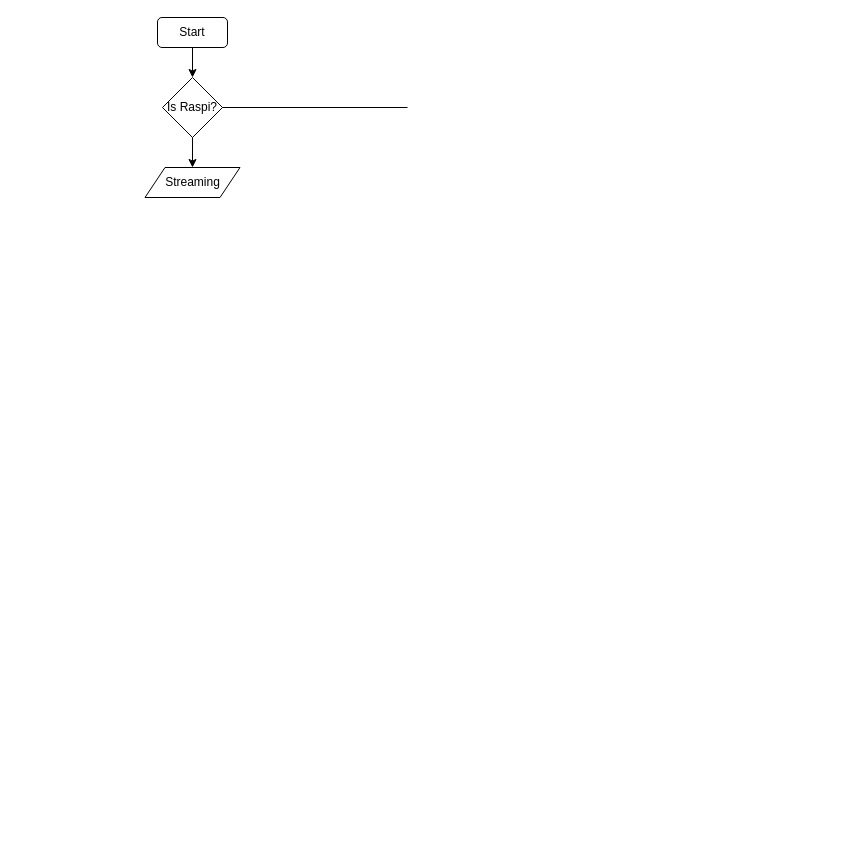
Before: Untitled Diagram.drawio in m-arson/lala, a draw.io diagram. Source tidied: cells renumbered, new cells numbered last; positions are measured from the earlier drawing's top-left corner, leaving out a move shared by most shapes. Both pictures are drawn from the tidied source at 100%, with x=0, y=0 at pixel (145, 17).
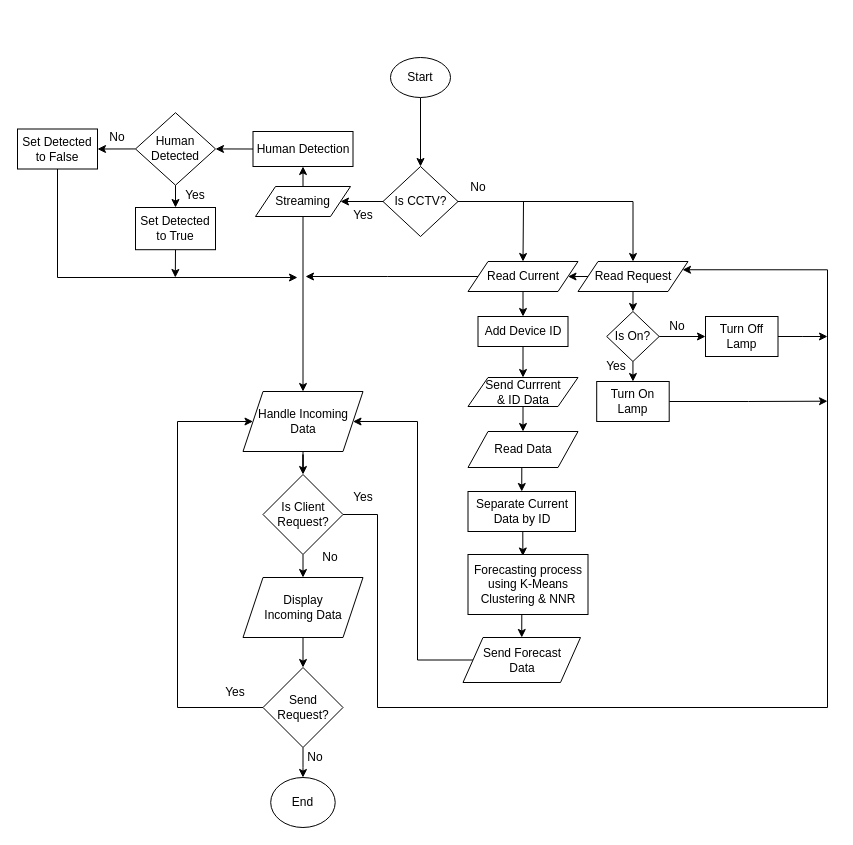
Above is the later version.

Diff of the diagram source:
```diff
@@
-    <mxCell id="2" value="Start" style="rounded=1;whiteSpace=wrap;html=1;" parent="1" vertex="1">
-      <mxGeometry x="12" width="70" height="30" as="geometry" />
-    </mxCell>
+    <mxCell id="8" style="edgeStyle=orthogonalEdgeStyle;rounded=0;jettySize=auto;html=1;exitX=1;exitY=0.5;exitDx=0;exitDy=0;entryX=0.5;entryY=0;entryDx=0;entryDy=0;" parent="1" edge="1" source="3" target="11">
+      <mxGeometry relative="1" as="geometry" />
+    </mxCell>
-    <mxCell id="3" value="Is Raspi?" style="rhombus;whiteSpace=wrap;html=1;" parent="1" vertex="1">
-      <mxGeometry x="17" y="60" width="60" height="60" as="geometry" />
+    <mxCell id="3" value="Is CCTV?" style="rhombus;whiteSpace=wrap;html=1;" parent="1" vertex="1">
+      <mxGeometry x="237.5" y="149" width="75" height="70" as="geometry" />
     </mxCell>
@@
+    <mxCell id="9" style="edgeStyle=orthogonalEdgeStyle;rounded=0;jettySize=auto;html=1;exitX=0.5;exitY=1;exitDx=0;exitDy=0;entryX=0.5;entryY=0;entryDx=0;entryDy=0;" parent="1" edge="1" source="5" target="31">
+      <mxGeometry relative="1" as="geometry" />
+    </mxCell>
     <mxCell id="5" value="Streaming" style="shape=parallelogram;perimeter=parallelogramPerimeter;whiteSpace=wrap;html=1;fixedSize=1;" parent="1" vertex="1">
-      <mxGeometry x="-0.5" y="150" width="95" height="30" as="geometry" />
+      <mxGeometry x="110" y="169" width="95" height="30" as="geometry" />
     </mxCell>
+    <mxCell id="10" style="edgeStyle=orthogonalEdgeStyle;rounded=0;jettySize=auto;html=1;exitX=0;exitY=0.5;exitDx=0;exitDy=0;entryX=1;entryY=0.5;entryDx=0;entryDy=0;" parent="1" edge="1" source="11" target="14">
+      <mxGeometry relative="1" as="geometry" />
+    </mxCell>
+    <mxCell id="11" value="Read Request" style="shape=parallelogram;perimeter=parallelogramPerimeter;whiteSpace=wrap;html=1;fixedSize=1;" parent="1" vertex="1">
+      <mxGeometry x="432.5" y="244" width="110" height="30" as="geometry" />
+    </mxCell>
+    <mxCell id="12" style="edgeStyle=orthogonalEdgeStyle;rounded=0;jettySize=auto;html=1;exitX=0.5;exitY=1;exitDx=0;exitDy=0;entryX=0.5;entryY=0;entryDx=0;entryDy=0;" parent="1" edge="1" source="14" target="35">
+      <mxGeometry relative="1" as="geometry" />
+    </mxCell>
+    <mxCell id="13" style="edgeStyle=orthogonalEdgeStyle;rounded=0;jettySize=auto;html=1;exitX=0;exitY=0.5;exitDx=0;exitDy=0;" parent="1" edge="1" source="14">
+      <mxGeometry relative="1" as="geometry">
+        <mxPoint x="160" y="259" as="targetPoint" />
+      </mxGeometry>
+    </mxCell>
+    <mxCell id="14" value="Read Current" style="shape=parallelogram;perimeter=parallelogramPerimeter;whiteSpace=wrap;html=1;fixedSize=1;" parent="1" vertex="1">
+      <mxGeometry x="322.5" y="244" width="110" height="30" as="geometry" />
+    </mxCell>
+    <mxCell id="15" style="endArrow=classic;html=1;entryX=0.5;entryY=0;entryDx=0;entryDy=0;" parent="1" edge="1" target="14">
+      <mxGeometry relative="1" as="geometry">
+        <mxPoint x="378" y="184" as="sourcePoint" />
+      </mxGeometry>
+    </mxCell>
+    <mxCell id="16" value="Is On?" style="rhombus;whiteSpace=wrap;html=1;" parent="1" vertex="1">
+      <mxGeometry x="461.2" y="294" width="52.5" height="50" as="geometry" />
+    </mxCell>
+    <mxCell id="17" style="edgeStyle=orthogonalEdgeStyle;rounded=0;jettySize=auto;html=1;exitX=1;exitY=0.5;exitDx=0;exitDy=0;" parent="1" edge="1" source="18">
+      <mxGeometry relative="1" as="geometry">
+        <mxPoint x="682" y="383.7" as="targetPoint" />
+      </mxGeometry>
+    </mxCell>
+    <mxCell id="18" value="Turn On&lt;br&gt;Lamp" style="rounded=0;whiteSpace=wrap;html=1;" parent="1" vertex="1">
+      <mxGeometry x="451.2" y="364" width="72.5" height="40" as="geometry" />
+    </mxCell>
+    <mxCell id="19" style="edgeStyle=orthogonalEdgeStyle;rounded=0;jettySize=auto;html=1;exitX=1;exitY=0.5;exitDx=0;exitDy=0;" parent="1" edge="1" source="20">
+      <mxGeometry relative="1" as="geometry">
+        <mxPoint x="682" y="319" as="targetPoint" />
+      </mxGeometry>
+    </mxCell>
+    <mxCell id="20" value="Turn Off&lt;br&gt;Lamp" style="rounded=0;whiteSpace=wrap;html=1;" parent="1" vertex="1">
+      <mxGeometry x="560" y="299" width="72.5" height="40" as="geometry" />
+    </mxCell>
+    <mxCell id="2" value="Start" style="ellipse;whiteSpace=wrap;html=1;" parent="1" vertex="1">
+      <mxGeometry x="245" y="40" width="60" height="40" as="geometry" />
+    </mxCell>
+    <mxCell id="21" style="endArrow=classic;html=1;entryX=0.5;entryY=0;entryDx=0;entryDy=0;exitX=0.5;exitY=1;exitDx=0;exitDy=0;" parent="1" edge="1" source="16" target="18">
+      <mxGeometry relative="1" as="geometry" />
+    </mxCell>
+    <mxCell id="22" style="endArrow=classic;html=1;entryX=0;entryY=0.5;entryDx=0;entryDy=0;exitX=1;exitY=0.5;exitDx=0;exitDy=0;" parent="1" edge="1" source="16" target="20">
+      <mxGeometry relative="1" as="geometry" />
+    </mxCell>
+    <mxCell id="23" style="endArrow=classic;html=1;exitX=0.5;exitY=1;exitDx=0;exitDy=0;entryX=0.5;entryY=0;entryDx=0;entryDy=0;" parent="1" edge="1" source="11" target="16">
+      <mxGeometry relative="1" as="geometry" />
+    </mxCell>
+    <mxCell id="24" value="Human Detection" style="rounded=0;whiteSpace=wrap;html=1;" parent="1" vertex="1">
+      <mxGeometry x="107.5" y="114" width="100" height="35" as="geometry" />
+    </mxCell>
+    <mxCell id="25" style="edgeStyle=orthogonalEdgeStyle;rounded=0;jettySize=auto;html=1;exitX=0;exitY=0.5;exitDx=0;exitDy=0;entryX=1;entryY=0.5;entryDx=0;entryDy=0;" parent="1" edge="1" source="27" target="45">
+      <mxGeometry relative="1" as="geometry" />
+    </mxCell>
+    <mxCell id="26" style="edgeStyle=orthogonalEdgeStyle;rounded=0;jettySize=auto;html=1;" parent="1" edge="1" source="27" target="47">
+      <mxGeometry relative="1" as="geometry" />
+    </mxCell>
+    <mxCell id="27" value="Human&lt;br&gt;Detected" style="rhombus;whiteSpace=wrap;html=1;" parent="1" vertex="1">
+      <mxGeometry x="-10" y="95.2" width="80" height="72.5" as="geometry" />
+    </mxCell>
-    <mxCell id="6" style="endArrow=classic;html=1;exitX=0.5;exitY=1;exitDx=0;exitDy=0;entryX=0.5;entryY=0;entryDx=0;entryDy=0;" parent="1" edge="1" source="3" target="5">
+    <mxCell id="6" style="endArrow=classic;html=1;exitX=0;exitY=0.5;exitDx=0;exitDy=0;entryX=1;entryY=0.5;entryDx=0;entryDy=0;" parent="1" edge="1" source="3" target="5">
       <mxGeometry relative="1" as="geometry" />
     </mxCell>
-    <mxCell id="7" style="endArrow=none;html=1;entryX=1;entryY=0.5;entryDx=0;entryDy=0;" parent="1" edge="1" target="3">
-      <mxGeometry relative="1" as="geometry">
-        <mxPoint x="262" y="90" as="sourcePoint" />
-      </mxGeometry>
-    </mxCell>
+    <mxCell id="28" style="endArrow=classic;html=1;exitX=0.5;exitY=0;exitDx=0;exitDy=0;entryX=0.5;entryY=1;entryDx=0;entryDy=0;" parent="1" edge="1" source="5" target="24">
+      <mxGeometry relative="1" as="geometry" />
+    </mxCell>
+    <mxCell id="29" style="endArrow=classic;html=1;exitX=0;exitY=0.5;exitDx=0;exitDy=0;entryX=1;entryY=0.5;entryDx=0;entryDy=0;" parent="1" edge="1" source="24" target="27">
+      <mxGeometry relative="1" as="geometry" />
+    </mxCell>
+    <mxCell id="30" style="edgeStyle=orthogonalEdgeStyle;rounded=0;jettySize=auto;html=1;exitX=0.5;exitY=1;exitDx=0;exitDy=0;" parent="1" edge="1" source="31" target="50">
+      <mxGeometry relative="1" as="geometry" />
+    </mxCell>
+    <mxCell id="31" value="Handle Incoming Data" style="shape=parallelogram;perimeter=parallelogramPerimeter;whiteSpace=wrap;html=1;fixedSize=1;" parent="1" vertex="1">
+      <mxGeometry x="97.5" y="374" width="120" height="60" as="geometry" />
+    </mxCell>
+    <mxCell id="32" style="edgeStyle=orthogonalEdgeStyle;rounded=0;jettySize=auto;html=1;exitX=0.5;exitY=1;exitDx=0;exitDy=0;entryX=0.5;entryY=0;entryDx=0;entryDy=0;" parent="1" edge="1" source="33" target="37">
+      <mxGeometry relative="1" as="geometry" />
+    </mxCell>
+    <mxCell id="33" value="Send Currrent&lt;br&gt;&amp;amp; ID Data" style="shape=parallelogram;perimeter=parallelogramPerimeter;whiteSpace=wrap;html=1;fixedSize=1;" parent="1" vertex="1">
+      <mxGeometry x="322.5" y="360" width="110" height="29" as="geometry" />
+    </mxCell>
+    <mxCell id="34" style="edgeStyle=orthogonalEdgeStyle;rounded=0;jettySize=auto;html=1;exitX=0.5;exitY=1;exitDx=0;exitDy=0;entryX=0.5;entryY=0;entryDx=0;entryDy=0;" parent="1" edge="1" source="35" target="33">
+      <mxGeometry relative="1" as="geometry" />
+    </mxCell>
+    <mxCell id="35" value="Add Device ID" style="rounded=0;whiteSpace=wrap;html=1;" parent="1" vertex="1">
+      <mxGeometry x="332.5" y="299" width="90" height="30" as="geometry" />
+    </mxCell>
+    <mxCell id="36" style="edgeStyle=orthogonalEdgeStyle;rounded=0;jettySize=auto;html=1;exitX=0.5;exitY=1;exitDx=0;exitDy=0;entryX=0.5;entryY=0;entryDx=0;entryDy=0;" parent="1" edge="1" source="37" target="39">
+      <mxGeometry relative="1" as="geometry" />
+    </mxCell>
+    <mxCell id="37" value="Read Data" style="shape=parallelogram;perimeter=parallelogramPerimeter;whiteSpace=wrap;html=1;fixedSize=1;" parent="1" vertex="1">
+      <mxGeometry x="322.5" y="414" width="110" height="36" as="geometry" />
+    </mxCell>
+    <mxCell id="38" style="edgeStyle=orthogonalEdgeStyle;rounded=0;jettySize=auto;html=1;exitX=0.5;exitY=1;exitDx=0;exitDy=0;entryX=0.457;entryY=0.025;entryDx=0;entryDy=0;entryPerimeter=0;" parent="1" edge="1" source="39" target="41">
+      <mxGeometry relative="1" as="geometry" />
+    </mxCell>
+    <mxCell id="39" value="Separate Current Data by ID" style="rounded=0;whiteSpace=wrap;html=1;" parent="1" vertex="1">
+      <mxGeometry x="322.5" y="474" width="107.5" height="40" as="geometry" />
+    </mxCell>
+    <mxCell id="40" style="edgeStyle=orthogonalEdgeStyle;rounded=0;jettySize=auto;html=1;exitX=0.5;exitY=1;exitDx=0;exitDy=0;entryX=0.5;entryY=0;entryDx=0;entryDy=0;" parent="1" edge="1" source="41" target="43">
+      <mxGeometry relative="1" as="geometry" />
+    </mxCell>
+    <mxCell id="41" value="Forecasting process using K-Means Clustering &amp;amp; NNR" style="rounded=0;whiteSpace=wrap;html=1;" parent="1" vertex="1">
+      <mxGeometry x="322.5" y="537" width="120" height="60" as="geometry" />
+    </mxCell>
+    <mxCell id="42" style="edgeStyle=orthogonalEdgeStyle;rounded=0;jettySize=auto;html=1;exitX=0;exitY=0.5;exitDx=0;exitDy=0;entryX=1;entryY=0.5;entryDx=0;entryDy=0;" parent="1" edge="1" source="43" target="31">
+      <mxGeometry relative="1" as="geometry">
+        <Array as="points">
+          <mxPoint x="272" y="643" />
+          <mxPoint x="272" y="404" />
+        </Array>
+      </mxGeometry>
+    </mxCell>
+    <mxCell id="43" value="Send Forecast&lt;br&gt;Data" style="shape=parallelogram;perimeter=parallelogramPerimeter;whiteSpace=wrap;html=1;fixedSize=1;" parent="1" vertex="1">
+      <mxGeometry x="317.5" y="620" width="117.5" height="45" as="geometry" />
+    </mxCell>
+    <mxCell id="44" style="edgeStyle=orthogonalEdgeStyle;rounded=0;jettySize=auto;html=1;exitX=0.5;exitY=1;exitDx=0;exitDy=0;" parent="1" edge="1" source="45">
+      <mxGeometry relative="1" as="geometry">
+        <mxPoint x="152" y="260" as="targetPoint" />
+        <Array as="points">
+          <mxPoint x="-88" y="260" />
+        </Array>
+      </mxGeometry>
+    </mxCell>
+    <mxCell id="45" value="Set Detected&lt;br&gt;to False" style="rounded=0;whiteSpace=wrap;html=1;" parent="1" vertex="1">
+      <mxGeometry x="-128" y="111.5" width="80" height="40" as="geometry" />
+    </mxCell>
+    <mxCell id="46" style="edgeStyle=orthogonalEdgeStyle;rounded=0;jettySize=auto;html=1;exitX=0.5;exitY=1;exitDx=0;exitDy=0;" parent="1" edge="1" source="47">
+      <mxGeometry relative="1" as="geometry">
+        <mxPoint x="29.8" y="260" as="targetPoint" />
+      </mxGeometry>
+    </mxCell>
+    <mxCell id="47" value="Set Detected&lt;br&gt;to True" style="rounded=0;whiteSpace=wrap;html=1;" parent="1" vertex="1">
+      <mxGeometry x="-10" y="190" width="80" height="42.2" as="geometry" />
+    </mxCell>
+    <mxCell id="48" style="edgeStyle=orthogonalEdgeStyle;rounded=0;jettySize=auto;html=1;exitX=0.5;exitY=1;exitDx=0;exitDy=0;entryX=0.5;entryY=0;entryDx=0;entryDy=0;" parent="1" edge="1" source="50" target="52">
+      <mxGeometry relative="1" as="geometry" />
+    </mxCell>
+    <mxCell id="49" style="edgeStyle=orthogonalEdgeStyle;rounded=0;jettySize=auto;html=1;exitX=1;exitY=0.5;exitDx=0;exitDy=0;entryX=1;entryY=0.25;entryDx=0;entryDy=0;" parent="1" edge="1" source="50" target="11">
+      <mxGeometry relative="1" as="geometry">
+        <Array as="points">
+          <mxPoint x="232" y="497" />
+          <mxPoint x="232" y="690" />
+          <mxPoint x="682" y="690" />
+          <mxPoint x="682" y="252" />
+        </Array>
+      </mxGeometry>
+    </mxCell>
+    <mxCell id="50" value="Is Client Request?" style="rhombus;whiteSpace=wrap;html=1;" parent="1" vertex="1">
+      <mxGeometry x="117.5" y="457" width="80" height="80" as="geometry" />
+    </mxCell>
+    <mxCell id="51" style="edgeStyle=orthogonalEdgeStyle;rounded=0;jettySize=auto;html=1;exitX=0.5;exitY=1;exitDx=0;exitDy=0;entryX=0.5;entryY=0;entryDx=0;entryDy=0;" parent="1" edge="1" source="52" target="55">
+      <mxGeometry relative="1" as="geometry" />
+    </mxCell>
+    <mxCell id="52" value="Display &lt;br&gt;Incoming Data" style="shape=parallelogram;perimeter=parallelogramPerimeter;whiteSpace=wrap;html=1;fixedSize=1;" parent="1" vertex="1">
+      <mxGeometry x="97.5" y="560" width="120" height="60" as="geometry" />
+    </mxCell>
+    <mxCell id="53" style="edgeStyle=orthogonalEdgeStyle;rounded=0;jettySize=auto;html=1;exitX=0.5;exitY=1;exitDx=0;exitDy=0;" parent="1" edge="1" source="55" target="56">
+      <mxGeometry relative="1" as="geometry" />
+    </mxCell>
+    <mxCell id="54" style="edgeStyle=orthogonalEdgeStyle;rounded=0;jettySize=auto;html=1;exitX=0;exitY=0.5;exitDx=0;exitDy=0;entryX=0;entryY=0.5;entryDx=0;entryDy=0;" parent="1" edge="1" source="55" target="31">
+      <mxGeometry relative="1" as="geometry">
+        <Array as="points">
+          <mxPoint x="32" y="690" />
+          <mxPoint x="32" y="404" />
+        </Array>
+      </mxGeometry>
+    </mxCell>
+    <mxCell id="55" value="Send Request?" style="rhombus;whiteSpace=wrap;html=1;" parent="1" vertex="1">
+      <mxGeometry x="117.5" y="650" width="80" height="80" as="geometry" />
+    </mxCell>
+    <mxCell id="56" value="End" style="ellipse;whiteSpace=wrap;html=1;" parent="1" vertex="1">
+      <mxGeometry x="125.2" y="760" width="64.5" height="50" as="geometry" />
+    </mxCell>
+    <mxCell id="57" value="No" style="text;html=1;strokeColor=none;fillColor=none;align=center;verticalAlign=middle;whiteSpace=wrap;rounded=0;" parent="1" vertex="1">
+      <mxGeometry x="-48" y="110" width="40" height="20" as="geometry" />
+    </mxCell>
+    <mxCell id="58" value="No" style="text;html=1;strokeColor=none;fillColor=none;align=center;verticalAlign=middle;whiteSpace=wrap;rounded=0;" parent="1" vertex="1">
+      <mxGeometry x="512" y="299" width="40" height="20" as="geometry" />
+    </mxCell>
+    <mxCell id="59" value="No" style="text;html=1;strokeColor=none;fillColor=none;align=center;verticalAlign=middle;whiteSpace=wrap;rounded=0;" parent="1" vertex="1">
+      <mxGeometry x="149.8" y="730" width="40" height="20" as="geometry" />
+    </mxCell>
+    <mxCell id="60" value="No" style="text;html=1;strokeColor=none;fillColor=none;align=center;verticalAlign=middle;whiteSpace=wrap;rounded=0;" parent="1" vertex="1">
+      <mxGeometry x="165" y="530" width="40" height="20" as="geometry" />
+    </mxCell>
+    <mxCell id="61" value="No" style="text;html=1;strokeColor=none;fillColor=none;align=center;verticalAlign=middle;whiteSpace=wrap;rounded=0;" parent="1" vertex="1">
+      <mxGeometry x="312.5" y="160" width="40" height="20" as="geometry" />
+    </mxCell>
+    <mxCell id="62" value="Yes" style="text;html=1;strokeColor=none;fillColor=none;align=center;verticalAlign=middle;whiteSpace=wrap;rounded=0;" parent="1" vertex="1">
+      <mxGeometry x="70" y="665" width="40" height="20" as="geometry" />
+    </mxCell>
+    <mxCell id="63" value="Yes" style="text;html=1;strokeColor=none;fillColor=none;align=center;verticalAlign=middle;whiteSpace=wrap;rounded=0;" parent="1" vertex="1">
+      <mxGeometry x="197.5" y="470" width="40" height="20" as="geometry" />
+    </mxCell>
+    <mxCell id="64" value="Yes" style="text;html=1;strokeColor=none;fillColor=none;align=center;verticalAlign=middle;whiteSpace=wrap;rounded=0;" parent="1" vertex="1">
+      <mxGeometry x="451.2" y="339" width="40" height="20" as="geometry" />
+    </mxCell>
+    <mxCell id="65" value="Yes" style="text;html=1;strokeColor=none;fillColor=none;align=center;verticalAlign=middle;whiteSpace=wrap;rounded=0;" parent="1" vertex="1">
+      <mxGeometry x="197.5" y="187.8" width="40" height="20" as="geometry" />
+    </mxCell>
+    <mxCell id="66" value="Yes" style="text;html=1;strokeColor=none;fillColor=none;align=center;verticalAlign=middle;whiteSpace=wrap;rounded=0;" parent="1" vertex="1">
+      <mxGeometry x="30" y="167.8" width="40" height="20" as="geometry" />
+    </mxCell>
```
